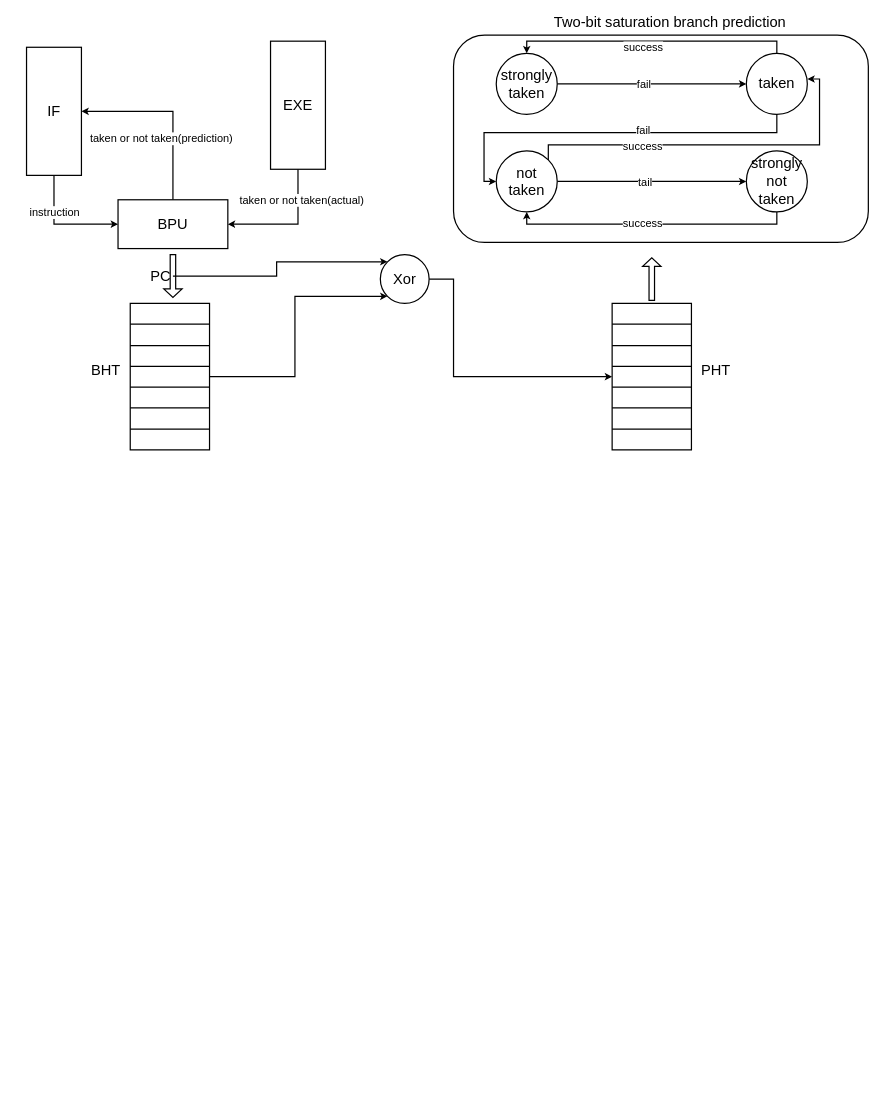
Earlier version of the draw.io diagram Gshare.drawio (happy-lx/drawio). Source tidied: cells renumbered, new cells numbered last; positions are measured from the earlier drawing's top-left corner, leaving out a move shared by most shapes. Both pictures are drawn from the tidied source at 61%, with x=0, y=0 at pixel (26, 10).
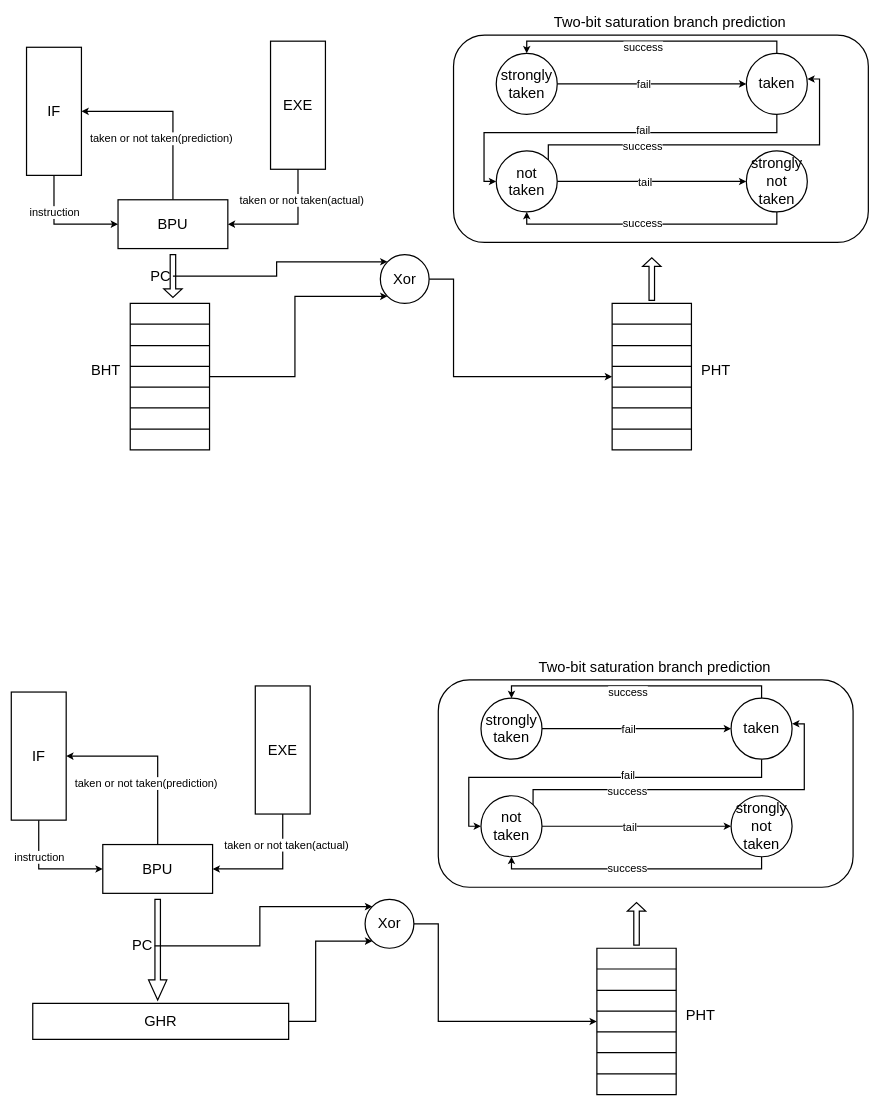
After the change.

Change to the diagram source:
```diff
@@
+    <mxCell id="68" style="edgeStyle=orthogonalEdgeStyle;rounded=0;jettySize=auto;html=1;exitX=0.5;exitY=1;exitDx=0;exitDy=0;entryX=0;entryY=0.5;entryDx=0;entryDy=0;strokeWidth=2;" parent="1" edge="1" source="70" target="76">
+      <mxGeometry relative="1" as="geometry" />
+    </mxCell>
+    <mxCell id="69" value="&lt;font style=&quot;font-size: 18px&quot;&gt;instruction&lt;/font&gt;" style="edgeLabel;html=1;align=center;verticalAlign=middle;" parent="68" vertex="1">
+      <mxGeometry x="-0.19" relative="1" as="geometry">
+        <mxPoint y="-15" as="offset" />
+      </mxGeometry>
+    </mxCell>
+    <mxCell id="70" value="&lt;font style=&quot;font-size: 24px&quot;&gt;IF&lt;/font&gt;" style="rounded=0;whiteSpace=wrap;html=1;strokeWidth=2;" parent="1" vertex="1">
+      <mxGeometry x="-25" y="1117" width="90" height="210" as="geometry" />
+    </mxCell>
+    <mxCell id="71" style="edgeStyle=orthogonalEdgeStyle;rounded=0;jettySize=auto;html=1;exitX=0.5;exitY=1;exitDx=0;exitDy=0;entryX=1;entryY=0.5;entryDx=0;entryDy=0;strokeWidth=2;" parent="1" edge="1" source="73" target="76">
+      <mxGeometry relative="1" as="geometry" />
+    </mxCell>
+    <mxCell id="72" value="&lt;font style=&quot;font-size: 18px&quot;&gt;taken or not taken(actual)&lt;/font&gt;" style="edgeLabel;html=1;align=center;verticalAlign=middle;" parent="71" vertex="1">
+      <mxGeometry x="-0.44" y="-4" relative="1" as="geometry">
+        <mxPoint x="9" y="-7" as="offset" />
+      </mxGeometry>
+    </mxCell>
+    <mxCell id="73" value="&lt;font style=&quot;font-size: 24px&quot;&gt;EXE&lt;/font&gt;" style="rounded=0;whiteSpace=wrap;html=1;strokeWidth=2;" parent="1" vertex="1">
+      <mxGeometry x="375" y="1107" width="90" height="210" as="geometry" />
+    </mxCell>
+    <mxCell id="74" style="edgeStyle=orthogonalEdgeStyle;rounded=0;jettySize=auto;html=1;exitX=0.5;exitY=0;exitDx=0;exitDy=0;entryX=1;entryY=0.5;entryDx=0;entryDy=0;strokeWidth=2;" parent="1" edge="1" source="76" target="70">
+      <mxGeometry relative="1" as="geometry" />
+    </mxCell>
+    <mxCell id="75" value="&lt;font style=&quot;font-size: 18px&quot;&gt;taken or not taken(prediction)&lt;/font&gt;" style="edgeLabel;html=1;align=center;verticalAlign=middle;" parent="74" vertex="1">
+      <mxGeometry x="-0.23" y="-2" relative="1" as="geometry">
+        <mxPoint x="-22" y="13" as="offset" />
+      </mxGeometry>
+    </mxCell>
+    <mxCell id="76" value="&lt;font style=&quot;font-size: 24px&quot;&gt;BPU&lt;/font&gt;" style="rounded=0;whiteSpace=wrap;html=1;strokeWidth=2;" parent="1" vertex="1">
+      <mxGeometry x="125" y="1367" width="180" height="80" as="geometry" />
+    </mxCell>
+    <mxCell id="77" style="edgeStyle=orthogonalEdgeStyle;rounded=0;jettySize=auto;html=1;entryX=0;entryY=0.5;entryDx=0;entryDy=0;strokeWidth=2;" parent="1" edge="1" source="78" target="89">
+      <mxGeometry relative="1" as="geometry">
+        <Array as="points">
+          <mxPoint x="675" y="1497" />
+          <mxPoint x="675" y="1657" />
+        </Array>
+      </mxGeometry>
+    </mxCell>
+    <mxCell id="78" value="&lt;font style=&quot;font-size: 24px&quot;&gt;Xor&lt;/font&gt;" style="ellipse;whiteSpace=wrap;html=1;strokeWidth=2;" parent="1" vertex="1">
+      <mxGeometry x="555" y="1457" width="80" height="80" as="geometry" />
+    </mxCell>
+    <mxCell id="79" style="shape=singleArrow;direction=south;whiteSpace=wrap;html=1;strokeWidth=2;" parent="1" vertex="1">
+      <mxGeometry x="200" y="1457" width="30" height="165" as="geometry" />
+    </mxCell>
+    <mxCell id="80" style="edgeStyle=orthogonalEdgeStyle;rounded=0;jettySize=auto;html=1;entryX=0;entryY=0;entryDx=0;entryDy=0;strokeWidth=2;" parent="1" edge="1" source="81" target="78">
+      <mxGeometry relative="1" as="geometry" />
+    </mxCell>
+    <mxCell id="81" value="&lt;font style=&quot;font-size: 24px&quot;&gt;PC&lt;/font&gt;" style="text;html=1;strokeColor=none;fillColor=none;align=center;verticalAlign=middle;whiteSpace=wrap;rounded=0;" parent="1" vertex="1">
+      <mxGeometry x="170" y="1523" width="40" height="20" as="geometry" />
+    </mxCell>
+    <mxCell id="82" style="shape=table;html=1;whiteSpace=wrap;startSize=0;childLayout=tableLayout;strokeWidth=2;" parent="1" vertex="1">
+      <mxGeometry x="935" y="1537" width="130" height="240" as="geometry" />
+    </mxCell>
+    <mxCell id="83" style="shape=partialRectangle;html=1;whiteSpace=wrap;fillColor=none;top=0;left=0;bottom=0;right=0;" parent="82" vertex="1">
+      <mxGeometry width="130" height="34" as="geometry" />
+    </mxCell>
+    <mxCell id="84" style="shape=partialRectangle;html=1;whiteSpace=wrap;overflow=hidden;fillColor=none;top=0;left=0;bottom=0;right=0;" parent="83" vertex="1">
+      <mxGeometry width="130" height="34" as="geometry" />
+    </mxCell>
+    <mxCell id="85" style="shape=partialRectangle;html=1;whiteSpace=wrap;fillColor=none;top=0;left=0;bottom=0;right=0;" parent="82" vertex="1">
+      <mxGeometry y="34" width="130" height="35" as="geometry" />
+    </mxCell>
+    <mxCell id="86" style="shape=partialRectangle;html=1;whiteSpace=wrap;overflow=hidden;fillColor=none;top=0;left=0;bottom=0;right=0;" parent="85" vertex="1">
+      <mxGeometry width="130" height="35" as="geometry" />
+    </mxCell>
+    <mxCell id="87" style="shape=partialRectangle;html=1;whiteSpace=wrap;fillColor=none;top=0;left=0;bottom=0;right=0;" parent="82" vertex="1">
+      <mxGeometry y="69" width="130" height="34" as="geometry" />
+    </mxCell>
+    <mxCell id="88" style="shape=partialRectangle;html=1;whiteSpace=wrap;overflow=hidden;fillColor=none;top=0;left=0;bottom=0;right=0;" parent="87" vertex="1">
+      <mxGeometry width="130" height="34" as="geometry" />
+    </mxCell>
+    <mxCell id="89" style="shape=partialRectangle;html=1;whiteSpace=wrap;fillColor=none;top=0;left=0;bottom=0;right=0;points=[[0,0.5],[1,0.5]];portConstraint=eastwest;" parent="82" vertex="1">
+      <mxGeometry y="103" width="130" height="34" as="geometry" />
+    </mxCell>
+    <mxCell id="90" style="shape=partialRectangle;html=1;whiteSpace=wrap;overflow=hidden;fillColor=none;top=0;left=0;bottom=0;right=0;" parent="89" vertex="1">
+      <mxGeometry width="130" height="34" as="geometry" />
+    </mxCell>
+    <mxCell id="91" style="shape=partialRectangle;html=1;whiteSpace=wrap;fillColor=none;top=0;left=0;bottom=0;right=0;" parent="82" vertex="1">
+      <mxGeometry y="137" width="130" height="34" as="geometry" />
+    </mxCell>
+    <mxCell id="92" style="shape=partialRectangle;html=1;whiteSpace=wrap;overflow=hidden;fillColor=none;top=0;left=0;bottom=0;right=0;" parent="91" vertex="1">
+      <mxGeometry width="130" height="34" as="geometry" />
+    </mxCell>
+    <mxCell id="93" style="shape=partialRectangle;html=1;whiteSpace=wrap;fillColor=none;top=0;left=0;bottom=0;right=0;" parent="82" vertex="1">
+      <mxGeometry y="171" width="130" height="35" as="geometry" />
+    </mxCell>
+    <mxCell id="94" style="shape=partialRectangle;html=1;whiteSpace=wrap;overflow=hidden;fillColor=none;top=0;left=0;bottom=0;right=0;" parent="93" vertex="1">
+      <mxGeometry width="130" height="35" as="geometry" />
+    </mxCell>
+    <mxCell id="95" style="shape=partialRectangle;html=1;whiteSpace=wrap;fillColor=none;top=0;left=0;bottom=0;right=0;" parent="82" vertex="1">
+      <mxGeometry y="206" width="130" height="34" as="geometry" />
+    </mxCell>
+    <mxCell id="96" style="shape=partialRectangle;html=1;whiteSpace=wrap;overflow=hidden;fillColor=none;top=0;left=0;bottom=0;right=0;" parent="95" vertex="1">
+      <mxGeometry width="130" height="34" as="geometry" />
+    </mxCell>
+    <mxCell id="97" value="&lt;font style=&quot;font-size: 24px&quot;&gt;PHT&lt;/font&gt;" style="text;html=1;strokeColor=none;fillColor=none;align=center;verticalAlign=middle;whiteSpace=wrap;rounded=0;" parent="1" vertex="1">
+      <mxGeometry x="1085" y="1637" width="40" height="20" as="geometry" />
+    </mxCell>
+    <mxCell id="98" style="shape=singleArrow;direction=south;whiteSpace=wrap;html=1;rotation=-180;strokeWidth=2;" parent="1" vertex="1">
+      <mxGeometry x="985" y="1462" width="30" height="70" as="geometry" />
+    </mxCell>
+    <mxCell id="99" style="rounded=1;whiteSpace=wrap;html=1;strokeWidth=2;" parent="1" vertex="1">
+      <mxGeometry x="675" y="1097" width="680" height="340" as="geometry" />
+    </mxCell>
+    <mxCell id="100" value="&lt;font style=&quot;font-size: 24px&quot;&gt;Two-bit saturation branch prediction&lt;/font&gt;" style="text;html=1;strokeColor=none;fillColor=none;align=center;verticalAlign=middle;whiteSpace=wrap;rounded=0;" parent="1" vertex="1">
+      <mxGeometry x="835" y="1057" width="390" height="40" as="geometry" />
+    </mxCell>
+    <mxCell id="101" style="edgeStyle=orthogonalEdgeStyle;rounded=0;jettySize=auto;html=1;exitX=1;exitY=0.5;exitDx=0;exitDy=0;strokeWidth=2;" parent="1" edge="1" source="103" target="108">
+      <mxGeometry relative="1" as="geometry" />
+    </mxCell>
+    <mxCell id="102" value="&lt;font style=&quot;font-size: 18px&quot;&gt;fail&lt;/font&gt;" style="edgeLabel;html=1;align=center;verticalAlign=middle;" parent="101" vertex="1">
+      <mxGeometry x="-0.06" y="2" relative="1" as="geometry">
+        <mxPoint x="-5" y="2" as="offset" />
+      </mxGeometry>
+    </mxCell>
+    <mxCell id="103" value="&lt;font style=&quot;font-size: 24px&quot;&gt;strongly&lt;br&gt;taken&lt;/font&gt;" style="ellipse;whiteSpace=wrap;html=1;strokeWidth=2;" parent="1" vertex="1">
+      <mxGeometry x="745" y="1127" width="100" height="100" as="geometry" />
+    </mxCell>
+    <mxCell id="104" style="edgeStyle=orthogonalEdgeStyle;rounded=0;jettySize=auto;html=1;exitX=0.5;exitY=0;exitDx=0;exitDy=0;entryX=0.5;entryY=0;entryDx=0;entryDy=0;strokeWidth=2;" parent="1" edge="1" source="108" target="103">
+      <mxGeometry relative="1" as="geometry" />
+    </mxCell>
+    <mxCell id="105" value="&lt;font style=&quot;font-size: 18px&quot;&gt;success&lt;/font&gt;" style="edgeLabel;html=1;align=center;verticalAlign=middle;" parent="104" vertex="1">
+      <mxGeometry x="0.06" y="1" relative="1" as="geometry">
+        <mxPoint x="-1" y="9" as="offset" />
+      </mxGeometry>
+    </mxCell>
+    <mxCell id="106" style="edgeStyle=orthogonalEdgeStyle;rounded=0;jettySize=auto;html=1;exitX=0.5;exitY=1;exitDx=0;exitDy=0;entryX=0;entryY=0.5;entryDx=0;entryDy=0;strokeWidth=2;" parent="1" edge="1" source="108" target="113">
+      <mxGeometry relative="1" as="geometry" />
+    </mxCell>
+    <mxCell id="107" value="&lt;font style=&quot;font-size: 18px&quot;&gt;fail&lt;/font&gt;" style="edgeLabel;html=1;align=center;verticalAlign=middle;" parent="106" vertex="1">
+      <mxGeometry x="0.13" y="-4" relative="1" as="geometry">
+        <mxPoint x="95" as="offset" />
+      </mxGeometry>
+    </mxCell>
+    <mxCell id="108" value="&lt;span style=&quot;font-size: 24px&quot;&gt;taken&lt;/span&gt;" style="ellipse;whiteSpace=wrap;html=1;strokeWidth=2;" parent="1" vertex="1">
+      <mxGeometry x="1155" y="1127" width="100" height="100" as="geometry" />
+    </mxCell>
+    <mxCell id="109" style="edgeStyle=orthogonalEdgeStyle;rounded=0;jettySize=auto;html=1;exitX=1;exitY=0.5;exitDx=0;exitDy=0;strokeWidth=2;" parent="1" edge="1" source="113" target="116">
+      <mxGeometry relative="1" as="geometry" />
+    </mxCell>
+    <mxCell id="110" value="&lt;font style=&quot;font-size: 18px&quot;&gt;tail&lt;/font&gt;" style="edgeLabel;html=1;align=center;verticalAlign=middle;" parent="109" vertex="1">
+      <mxGeometry x="-0.08" y="-1" relative="1" as="geometry" />
+    </mxCell>
+    <mxCell id="111" style="edgeStyle=orthogonalEdgeStyle;rounded=0;jettySize=auto;html=1;exitX=1;exitY=0;exitDx=0;exitDy=0;entryX=1;entryY=0.42;entryDx=0;entryDy=0;entryPerimeter=0;strokeWidth=2;" parent="1" edge="1" source="113" target="108">
+      <mxGeometry relative="1" as="geometry">
+        <Array as="points">
+          <mxPoint x="830" y="1277" />
+          <mxPoint x="1275" y="1277" />
+          <mxPoint x="1275" y="1169" />
+        </Array>
+      </mxGeometry>
+    </mxCell>
+    <mxCell id="112" value="&lt;font style=&quot;font-size: 18px&quot;&gt;success&lt;/font&gt;" style="edgeLabel;html=1;align=center;verticalAlign=middle;" parent="111" vertex="1">
+      <mxGeometry x="-0.43" y="-2" relative="1" as="geometry">
+        <mxPoint x="9" as="offset" />
+      </mxGeometry>
+    </mxCell>
+    <mxCell id="113" value="&lt;span style=&quot;font-size: 24px&quot;&gt;not taken&lt;/span&gt;" style="ellipse;whiteSpace=wrap;html=1;strokeWidth=2;" parent="1" vertex="1">
+      <mxGeometry x="745" y="1287" width="100" height="100" as="geometry" />
+    </mxCell>
+    <mxCell id="114" style="edgeStyle=orthogonalEdgeStyle;rounded=0;jettySize=auto;html=1;exitX=0.5;exitY=1;exitDx=0;exitDy=0;entryX=0.5;entryY=1;entryDx=0;entryDy=0;strokeWidth=2;" parent="1" edge="1" source="116" target="113">
+      <mxGeometry relative="1" as="geometry" />
+    </mxCell>
+    <mxCell id="115" value="&lt;font style=&quot;font-size: 18px&quot;&gt;success&lt;/font&gt;" style="edgeLabel;html=1;align=center;verticalAlign=middle;" parent="114" vertex="1">
+      <mxGeometry x="0.07" y="-2" relative="1" as="geometry" />
+    </mxCell>
+    <mxCell id="116" value="&lt;font style=&quot;font-size: 24px&quot;&gt;strongly&lt;br&gt;not&lt;br&gt;taken&lt;/font&gt;" style="ellipse;whiteSpace=wrap;html=1;strokeWidth=2;" parent="1" vertex="1">
+      <mxGeometry x="1155" y="1287" width="100" height="100" as="geometry" />
+    </mxCell>
+    <mxCell id="117" style="shape=table;html=1;whiteSpace=wrap;startSize=0;childLayout=tableLayout;strokeWidth=2;" parent="1" vertex="1">
+      <mxGeometry x="10.2" y="1627.5" width="419.5" height="59" as="geometry" />
+    </mxCell>
+    <mxCell id="118" style="shape=partialRectangle;html=1;whiteSpace=wrap;fillColor=none;top=0;left=0;bottom=0;right=0;points=[[0,0.5],[1,0.5]];portConstraint=eastwest;" parent="117" vertex="1">
+      <mxGeometry width="419.5" height="59" as="geometry" />
+    </mxCell>
+    <mxCell id="119" value="&lt;font style=&quot;font-size: 24px&quot;&gt;GHR&lt;/font&gt;" style="shape=partialRectangle;html=1;whiteSpace=wrap;overflow=hidden;fillColor=none;top=0;left=0;bottom=0;right=0;" parent="118" vertex="1">
+      <mxGeometry width="420" height="59" as="geometry" />
+    </mxCell>
+    <mxCell id="120" style="edgeStyle=orthogonalEdgeStyle;rounded=0;jettySize=auto;html=1;entryX=0;entryY=1;entryDx=0;entryDy=0;strokeWidth=2;" parent="1" edge="1" source="118" target="78">
+      <mxGeometry relative="1" as="geometry">
+        <Array as="points">
+          <mxPoint x="474" y="1657" />
+          <mxPoint x="474" y="1525" />
+        </Array>
+      </mxGeometry>
+    </mxCell>
```
